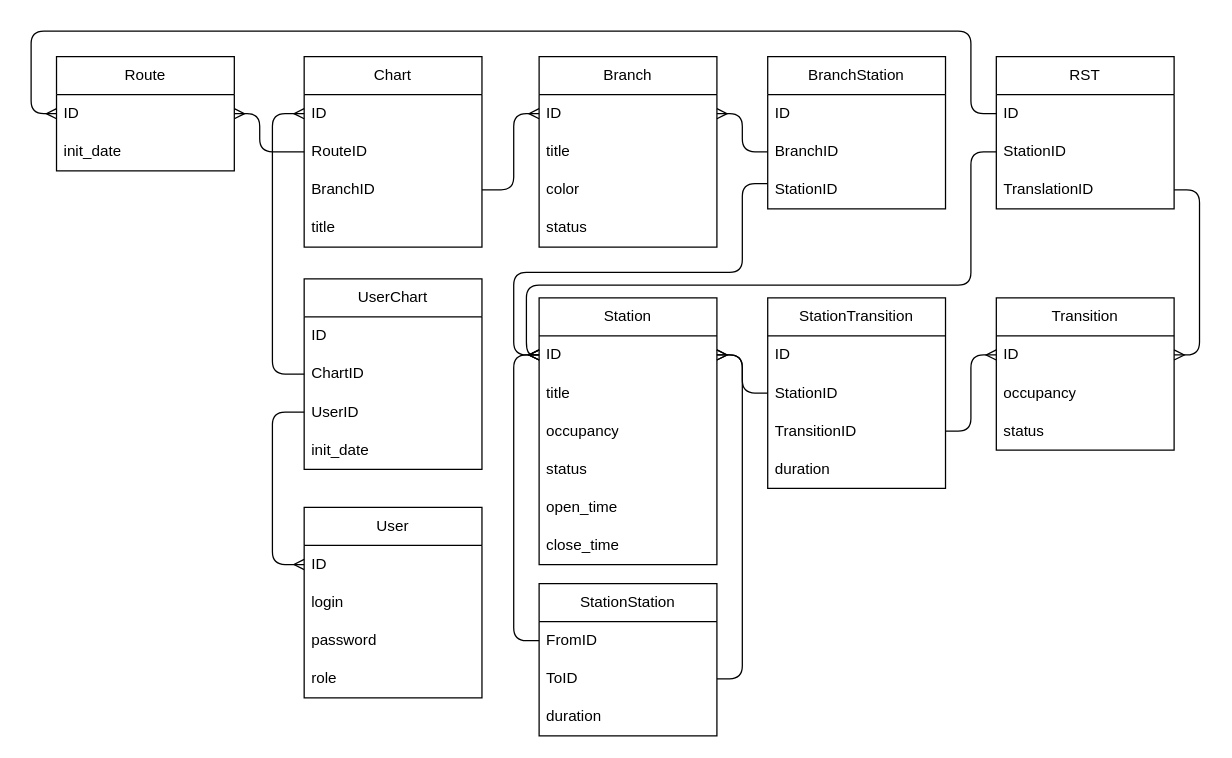
Before: charts/Entities.drawio in Mihyich/PPO, a draw.io diagram. Source tidied: cells renumbered, new cells numbered last; positions are measured from the earlier drawing's top-left corner, leaving out a move shared by most shapes. Both pictures are drawn from the tidied source at 127%, with x=0, y=0 at pixel (30, 30).
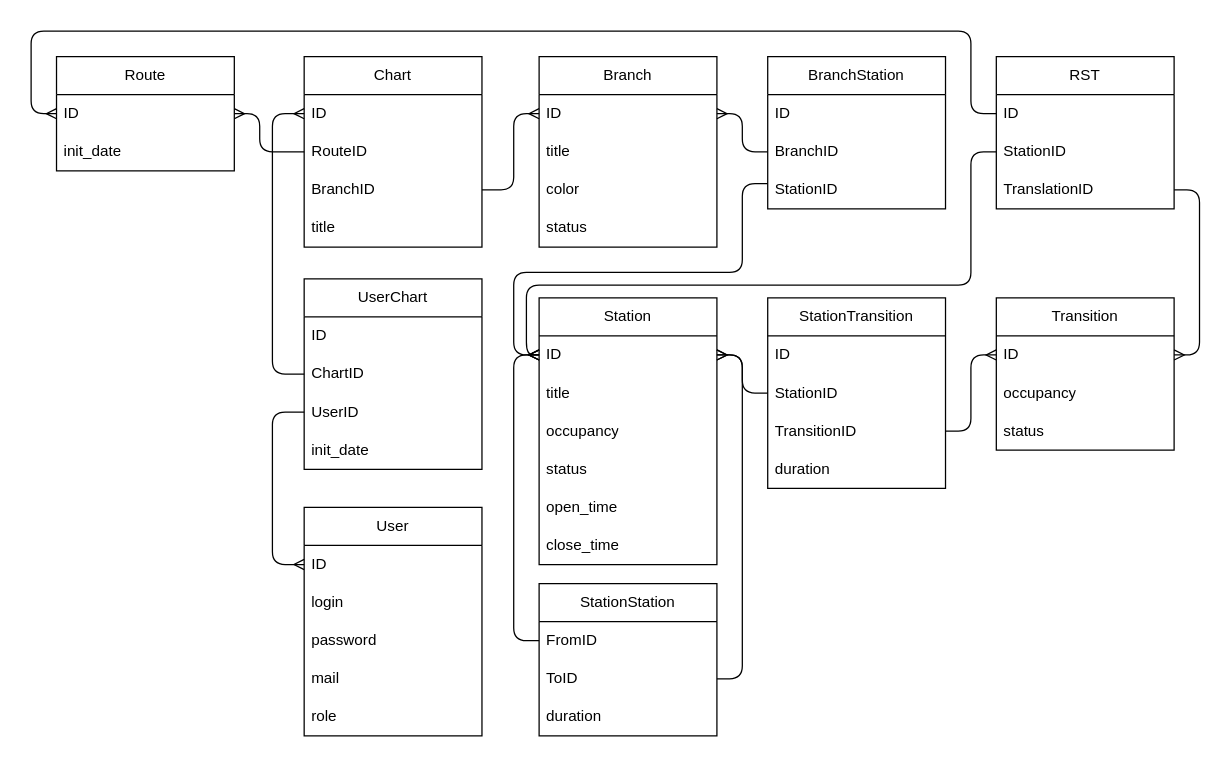
Above is the later version.

Commit message (it also covers changes not shown here):
Обновление атрибутов в ER и Entities диаграммах

The edit, as a diff of the source:
```diff
@@
     <mxCell id="2" value="User" style="swimlane;fontStyle=0;horizontal=1;startSize=30;whiteSpace=wrap;html=1;" parent="1" vertex="1">
-      <mxGeometry x="215" y="375" width="140" height="150" as="geometry" />
+      <mxGeometry x="215" y="375" width="140" height="180" as="geometry" />
     </mxCell>
@@
+    <mxCell id="66" value="mail" style="text;strokeColor=none;fillColor=none;align=left;verticalAlign=middle;spacingLeft=4;spacingRight=4;overflow=hidden;whiteSpace=wrap;html=1;" parent="2" vertex="1">
+      <mxGeometry y="120" width="140" height="30" as="geometry" />
+    </mxCell>
     <mxCell id="6" value="role" style="text;strokeColor=none;fillColor=none;align=left;verticalAlign=middle;spacingLeft=4;spacingRight=4;overflow=hidden;whiteSpace=wrap;html=1;" parent="2" vertex="1">
-      <mxGeometry y="120" width="140" height="30" as="geometry" />
+      <mxGeometry y="150" width="140" height="30" as="geometry" />
     </mxCell>
```
